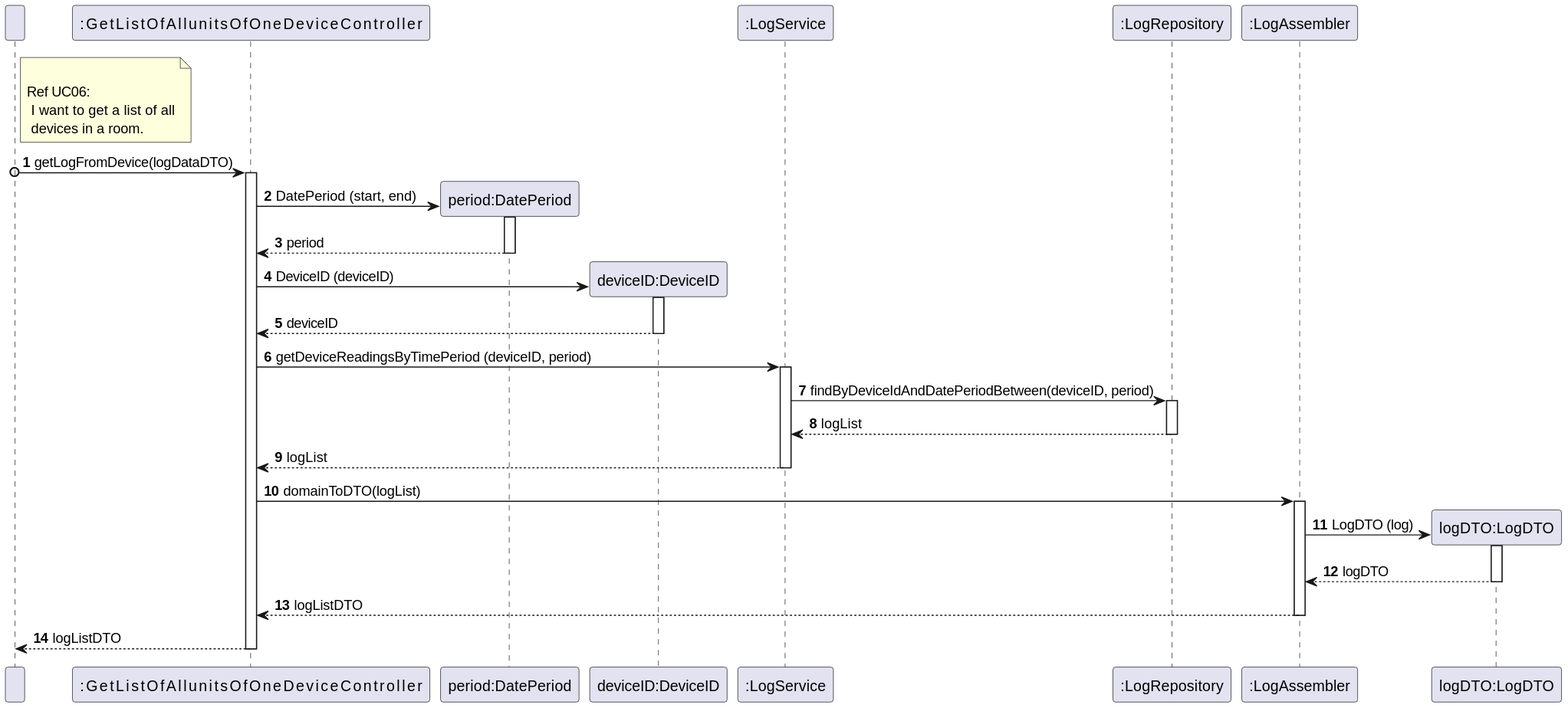
The PlantUML diagram docs/useCases/uc11_toGetLogFromDevice/artifacts/uc11_SD_v1.svg in olivDiogo/SmartHome, before a commit. Its diagram source:
```plantuml
@startuml
!pragma layout smetana

participant " " as User
participant ":GetListOfAllMeasurementsOfOneDeviceController" as Controller

participant "period:DatePeriod" as DatePeriod
participant "deviceID:DeviceID" as DeviceID
participant ":LogService" as LogService
participant ":LogRepository" as Repository
participant ":LogAssembler" as Assembler
participant "logDTO:LogDTO" as DTO

autonumber

note right of User

  Ref UC06:
   I want to get a list of all
   devices in a room.
end note



User o-> Controller: getLogFromDevice(logDataDTO)

activate Controller
create DatePeriod
Controller -> DatePeriod: DatePeriod (start, end)
activate DatePeriod
DatePeriod --> Controller: period
deactivate DatePeriod

create DeviceID
Controller -> DeviceID: DeviceID (deviceID)
activate DeviceID
DeviceID --> Controller: deviceID
deactivate DeviceID


Controller -> LogService: getDeviceReadingsByTimePeriod (deviceID, period)

activate LogService

LogService -> Repository: findByDeviceIdAndDatePeriodBetween(deviceID, period)

activate Repository
Repository --> LogService: logList

deactivate Repository
LogService --> Controller: logList


deactivate LogService
Controller -> Assembler: domainToDTO(logList)

activate Assembler
create DTO
Assembler -> DTO: LogDTO (log)
activate DTO
DTO --> Assembler: logDTO

deactivate DTO
Assembler --> Controller: logListDTO

deactivate Assembler
Controller --> User: logListDTO
deactivate Controller
@enduml
```
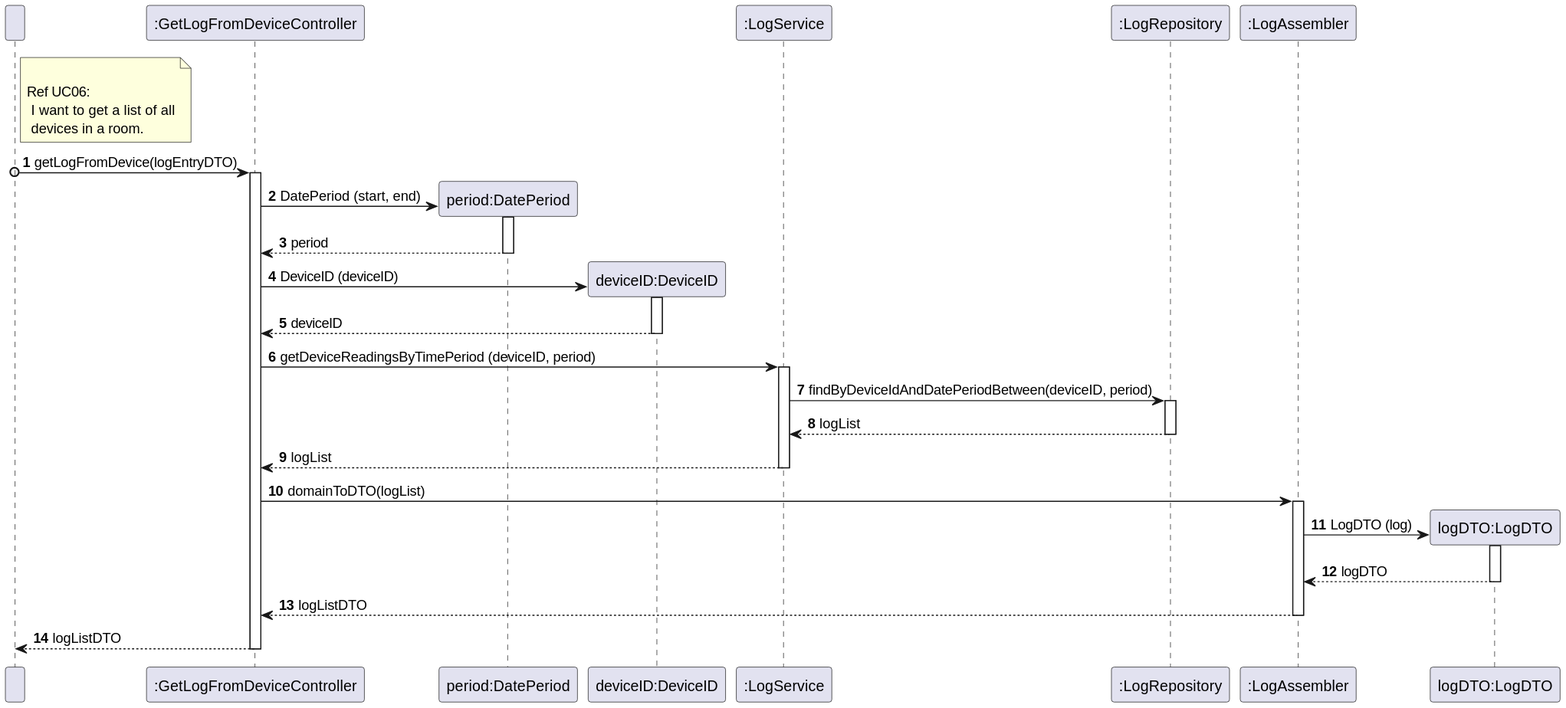
After the commit.

Change to the diagram source:
```diff
@@ -2,7 +2,7 @@
 !pragma layout smetana
 
 participant " " as User
-participant ":GetListOfAllMeasurementsOfOneDeviceController" as Controller
+participant ":GetLogFromDeviceController" as Controller
 
 participant "period:DatePeriod" as DatePeriod
 participant "deviceID:DeviceID" as DeviceID
@@ -22,7 +22,7 @@
 
 
 
-User o-> Controller: getLogFromDevice(logDataDTO)
+User o-> Controller: getLogFromDevice(logEntryDTO)
 
 activate Controller
 create DatePeriod
```
